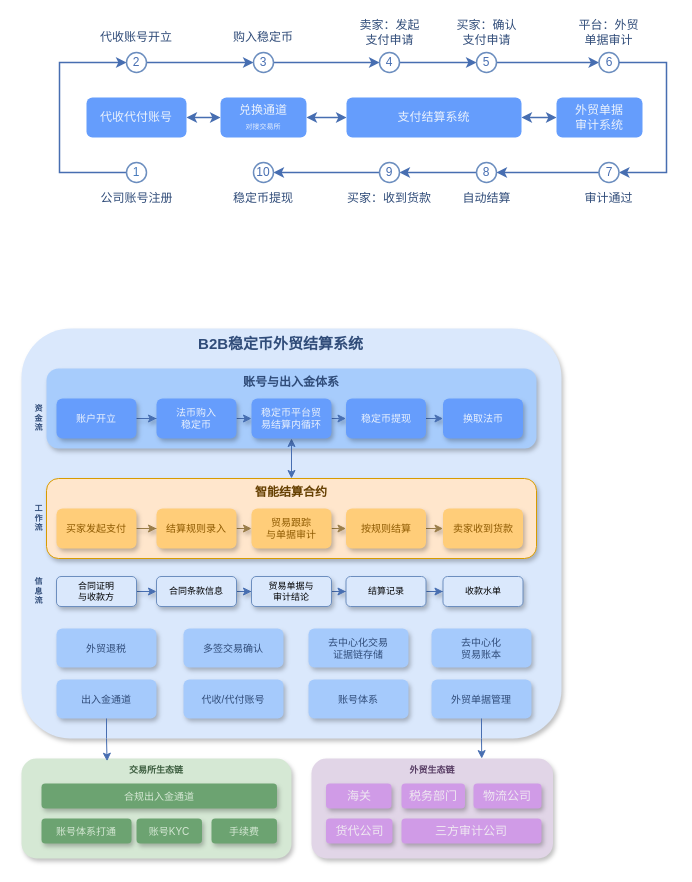
Earlier version of the draw.io diagram 稳定币.drawio (ruopuzi/draw.io). Source tidied: cells renumbered, new cells numbered last; positions are measured from the earlier drawing's top-left corner, leaving out a move shared by most shapes. Both pictures are drawn from the tidied source at 100%, with x=0, y=0 at pixel (21, 17).
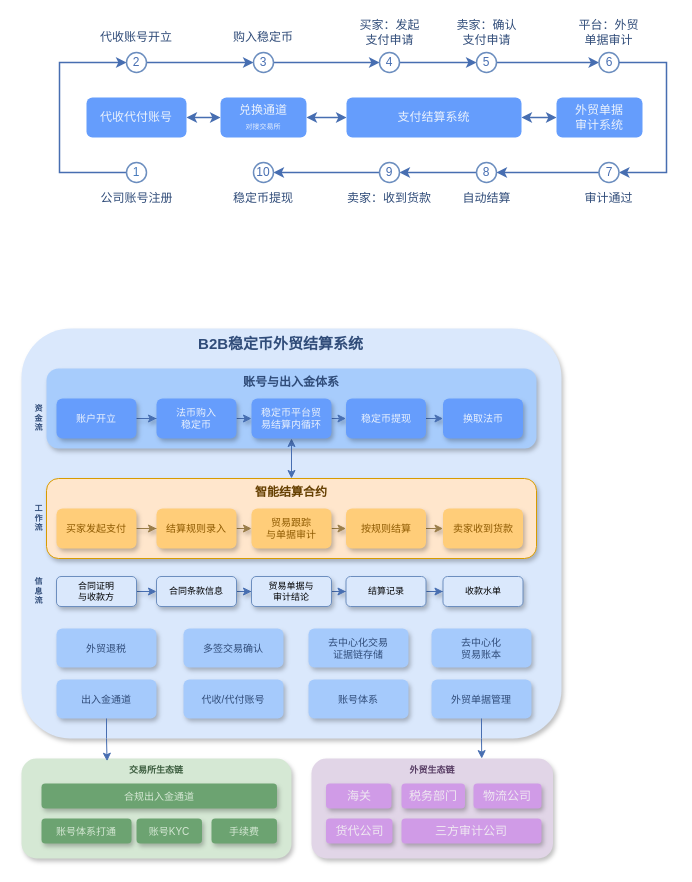
After the change.

Commit message (it also covers changes not shown here):
更新稳定币.drawio

Diff of the diagram source:
```diff
@@
-    <mxCell id="20" value="卖家：发起支付申请" style="text;html=1;align=center;verticalAlign=middle;whiteSpace=wrap;rounded=0;fontColor=light-dark(#304c79, #ededed);" parent="1" vertex="1">
+    <mxCell id="20" value="买家：发起支付申请" style="text;html=1;align=center;verticalAlign=middle;whiteSpace=wrap;rounded=0;fontColor=light-dark(#304c79, #ededed);" parent="1" vertex="1">
       <mxGeometry x="334.5" width="67" height="30" as="geometry" />
     </mxCell>
@@
-    <mxCell id="23" value="买家：确认支付申请" style="text;html=1;align=center;verticalAlign=middle;whiteSpace=wrap;rounded=0;fontColor=light-dark(#304c79, #ededed);" parent="1" vertex="1">
+    <mxCell id="23" value="卖家：确认支付申请" style="text;html=1;align=center;verticalAlign=middle;whiteSpace=wrap;rounded=0;fontColor=light-dark(#304c79, #ededed);" parent="1" vertex="1">
       <mxGeometry x="431.5" width="67" height="30" as="geometry" />
     </mxCell>
@@
-    <mxCell id="31" value="买家：收到货款" style="text;html=1;align=center;verticalAlign=middle;whiteSpace=wrap;rounded=0;fontColor=light-dark(#304c79, #ededed);" parent="1" vertex="1">
+    <mxCell id="31" value="卖家：收到货款" style="text;html=1;align=center;verticalAlign=middle;whiteSpace=wrap;rounded=0;fontColor=light-dark(#304c79, #ededed);" parent="1" vertex="1">
       <mxGeometry x="322.2" y="166" width="91.5" height="30" as="geometry" />
     </mxCell>
```
